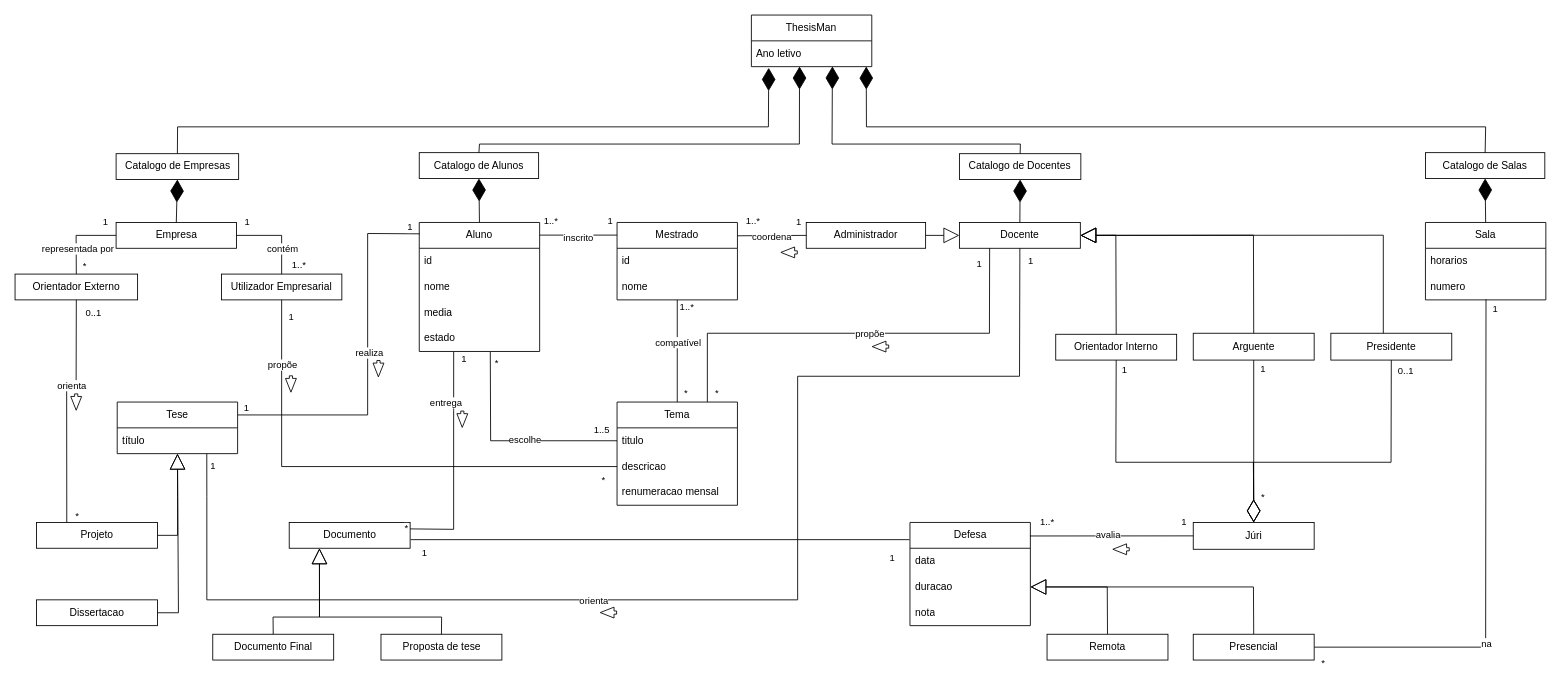
Before: docs/DomainModel.drawio in Sapientia-PT/thesisman, a draw.io diagram. Source tidied: cells renumbered, new cells numbered last; positions are measured from the earlier drawing's top-left corner, leaving out a move shared by most shapes. Both pictures are drawn from the tidied source at 86%, with x=0, y=0 at pixel (15, 15).
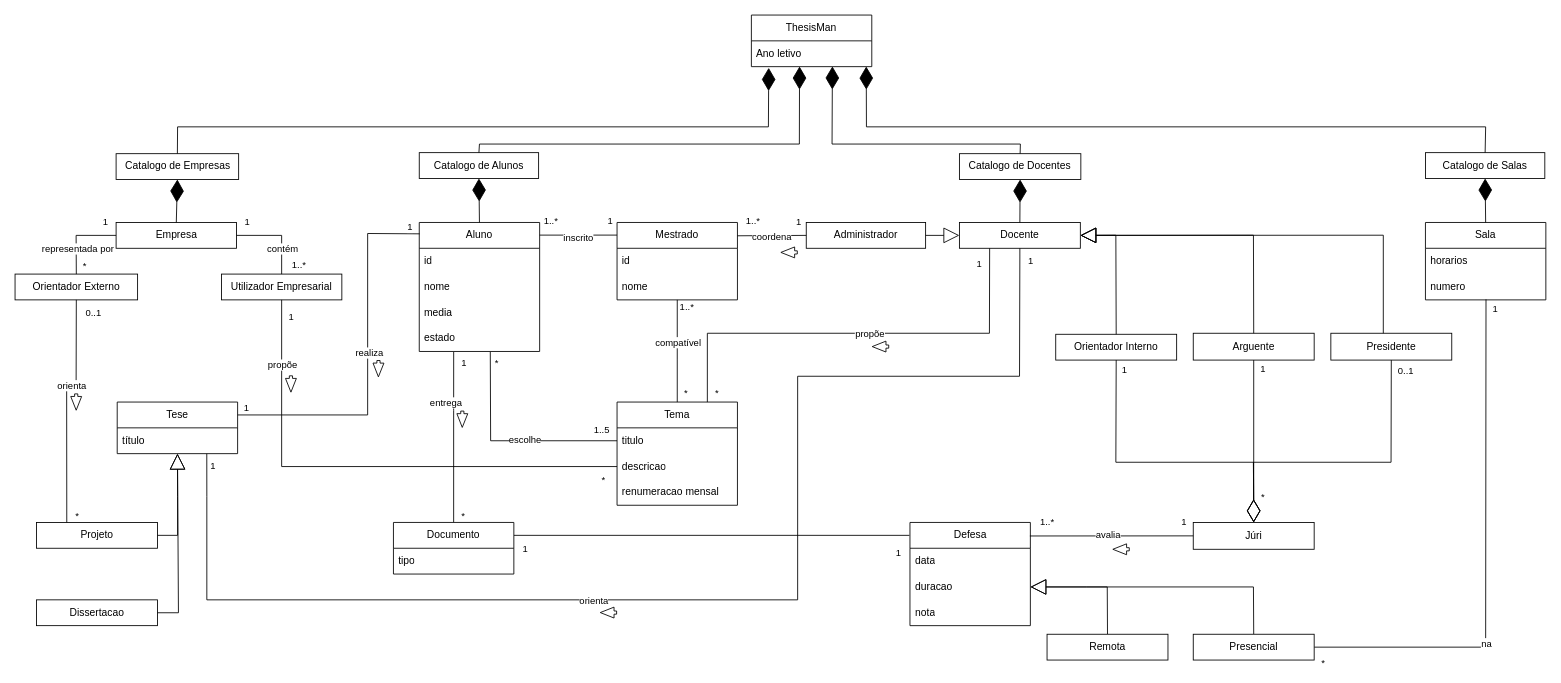
The same page after the edit.

Commit message:
Removed 'PropostaTese' and 'DocumentoFinal'

Unchanged cells that the change refers to:
```xml
<mxCell id="18" value="estado" style="text;strokeColor=none;fillColor=none;align=left;verticalAlign=middle;spacingLeft=4;spacingRight=4;overflow=hidden;points=[[0,0.5],[1,0.5]];portConstraint=eastwest;whiteSpace=wrap;html=1;" parent="14" vertex="1">
  <mxGeometry y="120" width="140" height="30" as="geometry" />
</mxCell>
```

What changed in the source:
```diff
@@
-    <mxCell id="23" value="Documento" style="html=1;whiteSpace=wrap;" parent="1" vertex="1">
-      <mxGeometry x="318.8" y="590" width="140.6" height="30" as="geometry" />
-    </mxCell>
@@
-    <mxCell id="44" style="endArrow=none;html=1;rounded=0;exitX=1;exitY=0.25;exitDx=0;exitDy=0;entryX=0.286;entryY=1.021;entryDx=0;entryDy=0;entryPerimeter=0;" parent="1" edge="1" source="23" target="18">
+    <mxCell id="44" style="endArrow=none;html=1;rounded=0;exitX=0.5;exitY=0;exitDx=0;exitDy=0;entryX=0.286;entryY=1.021;entryDx=0;entryDy=0;entryPerimeter=0;" parent="1" edge="1" source="23" target="18">
       <mxGeometry relative="1" as="geometry">
         <Array as="points">
-          <mxPoint x="510" y="598" />
           <mxPoint x="510" y="460" />
         </Array>
       </mxGeometry>
     </mxCell>
     <mxCell id="45" value="entrega" style="edgeLabel;html=1;align=center;verticalAlign=middle;rotation=0;" parent="44" vertex="1">
       <mxGeometry x="-0.25" y="-1" relative="1" as="geometry">
-        <mxPoint x="-11" y="-102" as="offset" />
+        <mxPoint x="-11" y="-66" as="offset" />
       </mxGeometry>
     </mxCell>
     <mxCell id="46" value="1" style="edgeLabel;html=1;align=center;verticalAlign=middle;" parent="44" vertex="1">
       <mxGeometry x="0.94" y="1" relative="1" as="geometry">
-        <mxPoint x="12" as="offset" />
+        <mxPoint x="12" y="6" as="offset" />
       </mxGeometry>
     </mxCell>
     <mxCell id="47" value="*" style="edgeLabel;html=1;align=center;verticalAlign=middle;" parent="44" vertex="1">
       <mxGeometry x="-0.93" relative="1" as="geometry">
-        <mxPoint x="-14" y="-1" as="offset" />
+        <mxPoint x="10" y="-1" as="offset" />
       </mxGeometry>
     </mxCell>
@@
-    <mxCell id="102" value="Documento Final" style="html=1;whiteSpace=wrap;" parent="1" vertex="1">
-      <mxGeometry x="229.9" y="720" width="140.6" height="30" as="geometry" />
-    </mxCell>
-    <mxCell id="103" value="Proposta de tese" style="html=1;whiteSpace=wrap;" parent="1" vertex="1">
-      <mxGeometry x="425.5" y="720" width="140.6" height="30" as="geometry" />
-    </mxCell>
-    <mxCell id="104" style="endArrow=block;endSize=16;endFill=0;html=1;rounded=0;exitX=0.5;exitY=0;exitDx=0;exitDy=0;entryX=0.25;entryY=1;entryDx=0;entryDy=0;" parent="1" edge="1" source="102" target="23">
-      <mxGeometry relative="1" as="geometry">
-        <Array as="points">
-          <mxPoint x="300" y="700" />
-          <mxPoint x="354" y="700" />
-        </Array>
-      </mxGeometry>
-    </mxCell>
-    <mxCell id="105" style="endArrow=block;endSize=16;endFill=0;html=1;rounded=0;exitX=0.5;exitY=0;exitDx=0;exitDy=0;entryX=0.25;entryY=1;entryDx=0;entryDy=0;" parent="1" edge="1" source="103" target="23">
-      <mxGeometry relative="1" as="geometry">
-        <Array as="points">
-          <mxPoint x="496" y="700" />
-          <mxPoint x="354" y="700" />
-        </Array>
-      </mxGeometry>
-    </mxCell>
-    <mxCell id="106" style="endArrow=none;html=1;rounded=0;" parent="1" edge="1">
+    <mxCell id="106" style="endArrow=none;html=1;rounded=0;exitX=1;exitY=0.25;exitDx=0;exitDy=0;" parent="1" edge="1" source="23">
       <mxGeometry relative="1" as="geometry">
-        <mxPoint x="460" y="610" as="sourcePoint" />
-        <mxPoint x="1040" y="610" as="targetPoint" />
+        <mxPoint x="1040" y="605" as="targetPoint" />
       </mxGeometry>
     </mxCell>
@@
+    <mxCell id="23" value="Documento" style="swimlane;fontStyle=0;horizontal=1;startSize=30;whiteSpace=wrap;html=1;" parent="1" vertex="1">
+      <mxGeometry x="440" y="590" width="140" height="60" as="geometry" />
+    </mxCell>
+    <mxCell id="137" value="tipo" style="text;strokeColor=none;fillColor=none;align=left;verticalAlign=middle;spacingLeft=4;spacingRight=4;overflow=hidden;whiteSpace=wrap;html=1;" parent="23" vertex="1">
+      <mxGeometry y="30" width="140" height="30" as="geometry" />
+    </mxCell>
```
